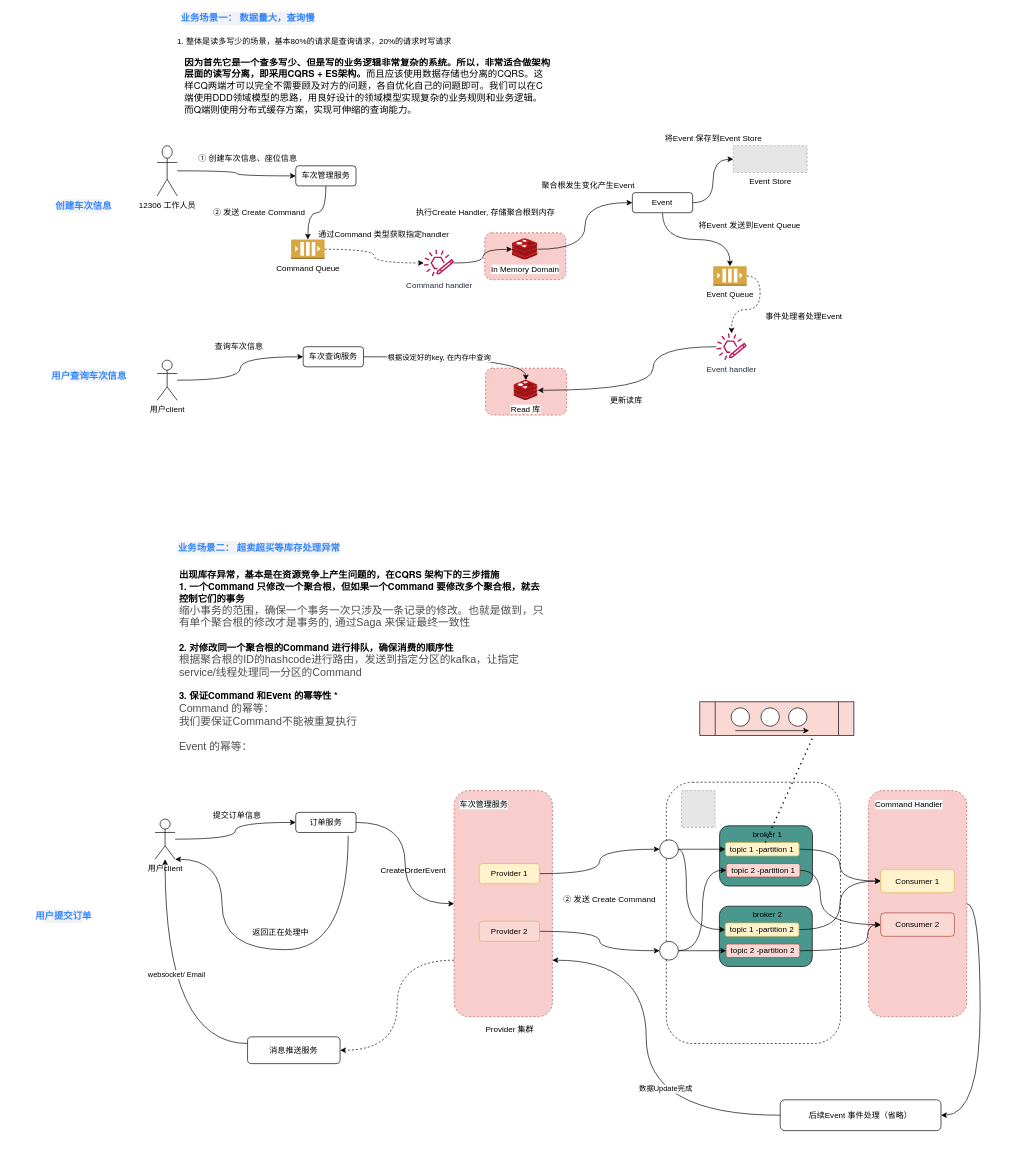
The draw.io diagram 业务场景v1.1.drawio in skymike11/drawio, before the edit. Source tidied: cells renumbered, new cells numbered last; positions are measured from the earlier drawing's top-left corner, leaving out a move shared by most shapes. Both pictures are drawn from the tidied source at 67%, with x=0, y=0 at pixel (43, 11). Pictures stored in the file or linked from it are replaced by grey dashed boxes.
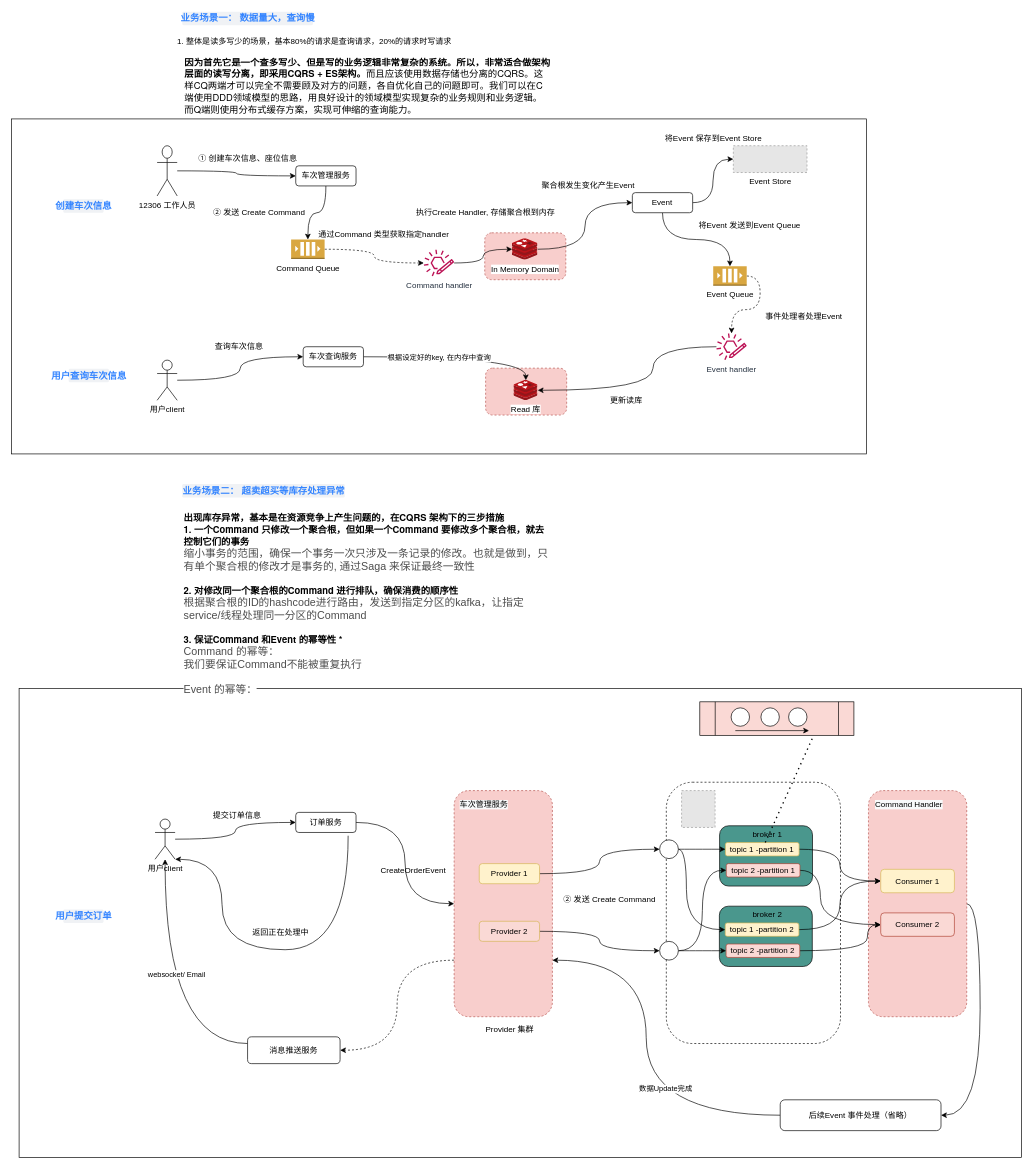
Above is the later version.

What changed in the source:
```diff
@@
+    <mxCell id="100" style="rounded=0;whiteSpace=wrap;html=1;" parent="1" vertex="1">
+      <mxGeometry x="-36" y="1010" width="1496" height="700" as="geometry" />
+    </mxCell>
+    <mxCell id="101" style="rounded=0;whiteSpace=wrap;html=1;" parent="1" vertex="1">
+      <mxGeometry x="-47.3" y="160" width="1276" height="500" as="geometry" />
+    </mxCell>
@@
     <mxCell id="57" value="&lt;span style=&quot;font-size: 14px&quot;&gt;业务场景二： 超卖超买等库存处理异常&lt;/span&gt;" style="dashed=0;html=1;fillColor=#F0F2F5;strokeColor=none;align=center;rounded=1;arcSize=10;fontColor=#3384FF;fontStyle=1;fontSize=11;shadow=0;" parent="1" vertex="1">
-      <mxGeometry x="200.6" y="790" width="242.5" height="20" as="geometry" />
+      <mxGeometry x="207.5" y="705" width="242.5" height="20" as="geometry" />
     </mxCell>
     <mxCell id="58" value="&lt;font face=&quot;pingfang sc, microsoft yahei, helvetica neue, helvetica, arial, sans-serif&quot;&gt;&lt;span style=&quot;font-size: 14px ; background-color: rgb(255 , 255 , 255)&quot;&gt;&lt;b&gt;出现库存异常，基本是在资源竞争上产生问题的，在CQRS 架构下的三步措施&lt;br&gt;1. 一个Command 只修改一个聚合根，但如果一个Command 要修改多个聚合根，就去控制它们的事务&lt;br&gt;&lt;/b&gt;&lt;/span&gt;&lt;/font&gt;&lt;span style=&quot;color: rgb(77 , 77 , 77) ; font-family: , &amp;#34;sf ui text&amp;#34; , &amp;#34;arial&amp;#34; , &amp;#34;pingfang sc&amp;#34; , &amp;#34;hiragino sans gb&amp;#34; , &amp;#34;microsoft yahei&amp;#34; , &amp;#34;wenquanyi micro hei&amp;#34; , sans-serif , &amp;#34;simhei&amp;#34; , &amp;#34;simsun&amp;#34; ; font-size: 16px ; background-color: rgb(255 , 255 , 255)&quot;&gt;缩小事务的范围，确保一个事务一次只涉及一条记录的修改。也就是做到，只有单个聚合根的修改才是事务的, 通过Saga 来保证最终一致性&lt;br&gt;&lt;/span&gt;&lt;font face=&quot;pingfang sc, microsoft yahei, helvetica neue, helvetica, arial, sans-serif&quot;&gt;&lt;span style=&quot;font-size: 14px ; background-color: rgb(255 , 255 , 255)&quot;&gt;&lt;b&gt;&lt;br&gt;2. 对修改同一个聚合根的Command 进行排队，确保消费的顺序性&lt;br&gt;&lt;/b&gt;&lt;/span&gt;&lt;/font&gt;&lt;span style=&quot;color: rgb(77 , 77 , 77) ; font-family: , &amp;#34;sf ui text&amp;#34; , &amp;#34;arial&amp;#34; , &amp;#34;pingfang sc&amp;#34; , &amp;#34;hiragino sans gb&amp;#34; , &amp;#34;microsoft yahei&amp;#34; , &amp;#34;wenquanyi micro hei&amp;#34; , sans-serif , &amp;#34;simhei&amp;#34; , &amp;#34;simsun&amp;#34; ; font-size: 16px ; background-color: rgb(255 , 255 , 255)&quot;&gt;根据聚合根的ID的hashcode进行路由，发送到指定分区的kafka，让指定service/线程处理同一分区的Command&lt;br&gt;&lt;/span&gt;&lt;font face=&quot;pingfang sc, microsoft yahei, helvetica neue, helvetica, arial, sans-serif&quot;&gt;&lt;span style=&quot;font-size: 14px ; background-color: rgb(255 , 255 , 255)&quot;&gt;&lt;b&gt;&lt;br&gt;3. 保证Command 和Event 的幂等性 *&lt;br&gt;&lt;/b&gt;&lt;/span&gt;&lt;/font&gt;&lt;span style=&quot;color: rgb(77 , 77 , 77) ; font-family: , &amp;#34;sf ui text&amp;#34; , &amp;#34;arial&amp;#34; , &amp;#34;pingfang sc&amp;#34; , &amp;#34;hiragino sans gb&amp;#34; , &amp;#34;microsoft yahei&amp;#34; , &amp;#34;wenquanyi micro hei&amp;#34; , sans-serif , &amp;#34;simhei&amp;#34; , &amp;#34;simsun&amp;#34; ; font-size: 16px ; background-color: rgb(255 , 255 , 255)&quot;&gt;Command 的幂等：&lt;br&gt;我们要保证Command不能被重复执行&lt;br&gt;&lt;br&gt;Event 的幂等：&lt;/span&gt;&lt;font face=&quot;pingfang sc, microsoft yahei, helvetica neue, helvetica, arial, sans-serif&quot;&gt;&lt;span style=&quot;font-size: 14px ; background-color: rgb(255 , 255 , 255)&quot;&gt;&lt;b&gt;&lt;br&gt;&lt;/b&gt;&lt;/span&gt;&lt;/font&gt;" style="text;whiteSpace=wrap;html=1;" parent="1" vertex="1">
-      <mxGeometry x="200.6" y="825" width="550" height="290" as="geometry" />
+      <mxGeometry x="207.5" y="740" width="550" height="290" as="geometry" />
     </mxCell>
@@
     <mxCell id="60" value="&lt;span style=&quot;font-size: 14px&quot;&gt;用户提交订单&lt;/span&gt;" style="dashed=0;html=1;fillColor=#F0F2F5;strokeColor=none;align=center;rounded=1;arcSize=10;fontColor=#3384FF;fontStyle=1;fontSize=11;shadow=0;" parent="1" vertex="1">
-      <mxGeometry y="1340" width="60" height="20" as="geometry" />
+      <mxGeometry x="30" y="1340" width="60" height="20" as="geometry" />
     </mxCell>
```
